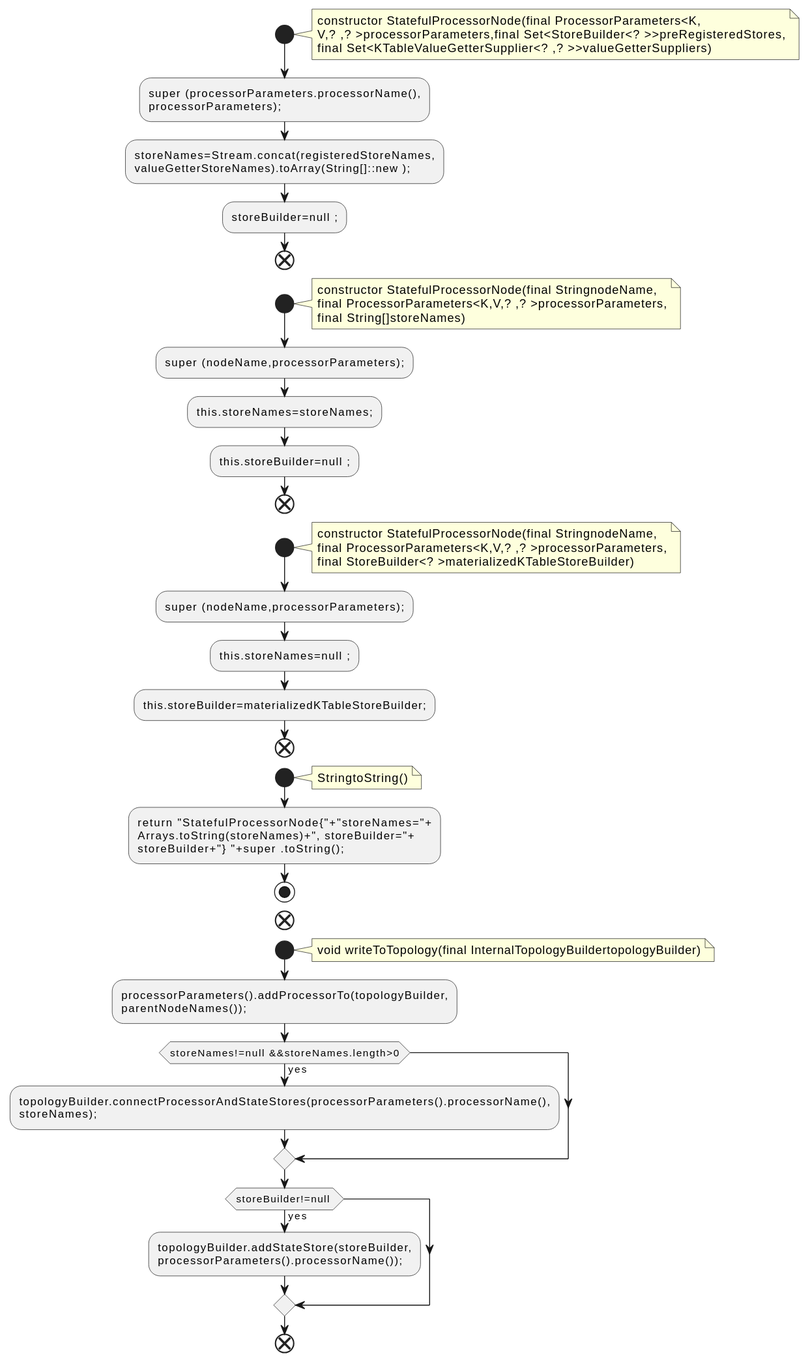
Before: docs/qc/streams/src/main/java/org/apache/kafka/streams/kstream/internals/graph/StatefulProcessorNode.java.fct.svg, a diagram exported from PlantUML (qualitesys/kafka).
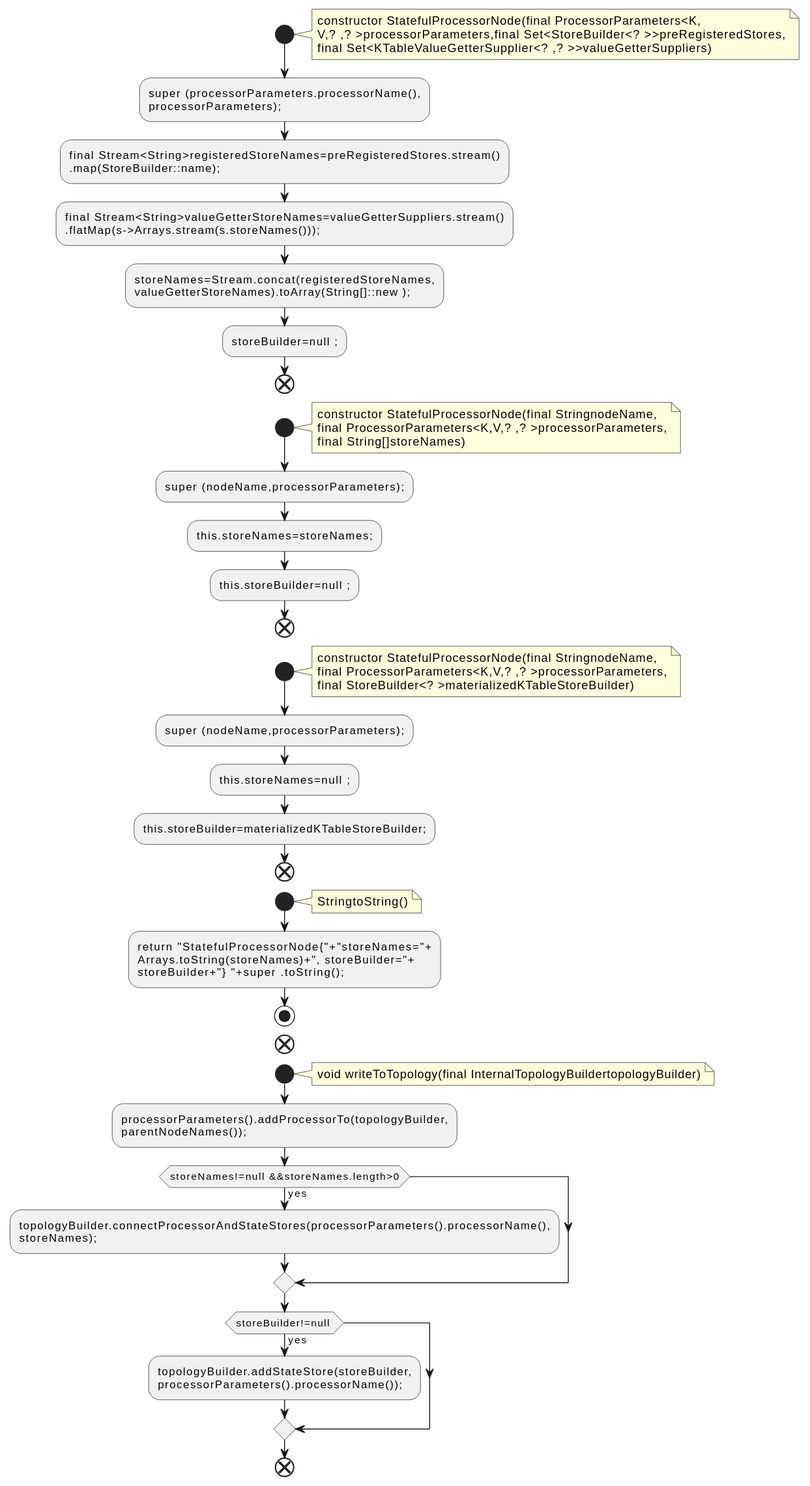
The same file after the commit.

The edit, as a diff of the source:
```diff
@@ -8,6 +8,10 @@
 end note
 :super (processorParameters.processorName(),
 processorParameters);;
+:final Stream<String>registeredStoreNames=preRegisteredStores.stream()
+.map(StoreBuilder::name);;
+:final Stream<String>valueGetterStoreNames=valueGetterSuppliers.stream()
+.flatMap(s->Arrays.stream(s.storeNames()));;
 :storeNames=Stream.concat(registeredStoreNames,
 valueGetterStoreNames).toArray(String[]::new );;
 :storeBuilder=null ;;
```
